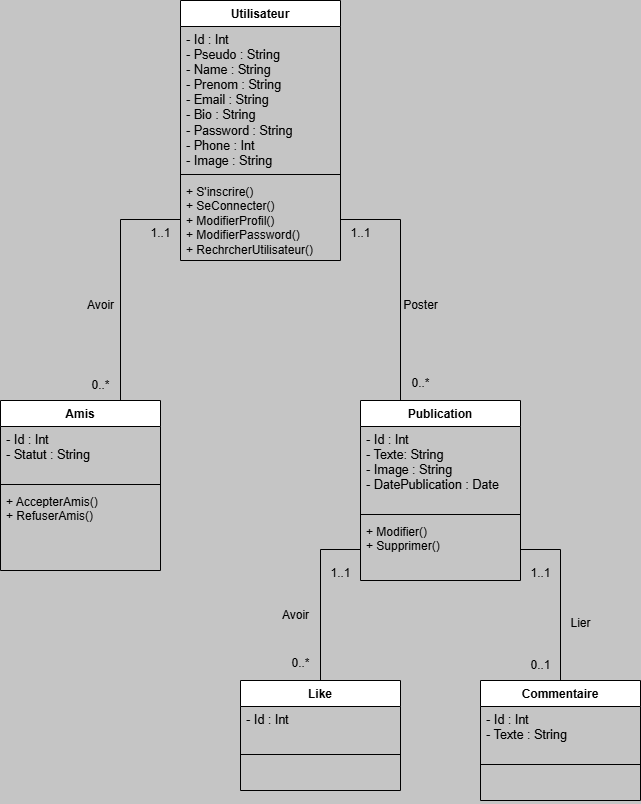
Before: UML/Diagramme Vibe.drawio.png, a diagram exported from draw.io (houssamlambara/Plateforme_Vibe). Source tidied: cells renumbered, new cells last; positions are measured from the earlier drawing's top-left corner, leaving out a move shared by most shapes.
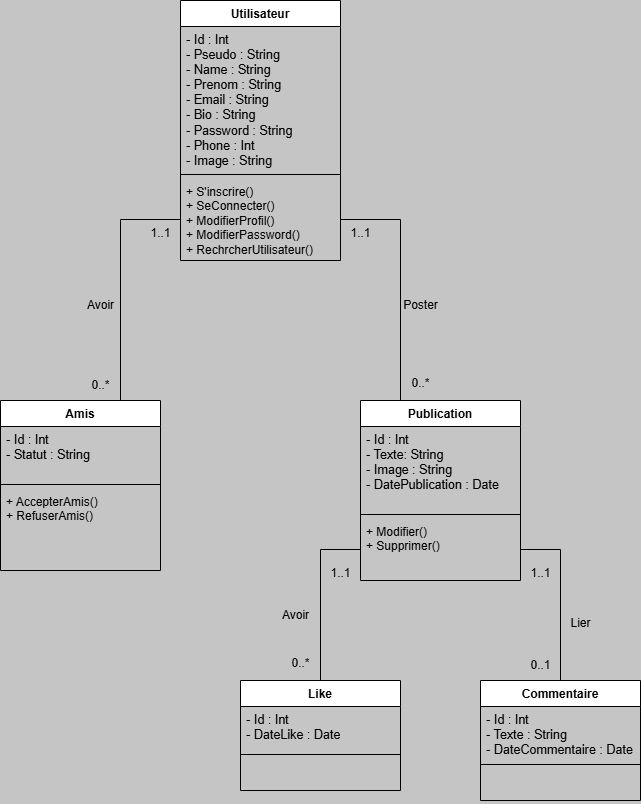
The same diagram one commit later.

The edit, as a diff of the source:
```diff
@@ -65,7 +65,7 @@
     <mxCell id="22" value="Commentaire" style="swimlane;fontStyle=1;align=center;verticalAlign=top;horizontal=1;startSize=26;whiteSpace=wrap;html=1;" parent="1" vertex="1">
       <mxGeometry x="480" y="680" width="160" height="120" as="geometry" />
     </mxCell>
-    <mxCell id="23" value="&lt;pre style=&quot;font-family: var(--ds-font-family-code); overflow: auto; padding: calc(var(--ds-md-zoom)*8px)calc(var(--ds-md-zoom)*12px); text-wrap-mode: wrap; word-break: break-all; font-size: 12.573px; margin-top: 0px !important; margin-bottom: 0px !important;&quot;&gt;&lt;font style=&quot;color: rgb(0, 0, 0);&quot;&gt;- Id : Int  &lt;/font&gt;&lt;/pre&gt;&lt;pre style=&quot;font-family: var(--ds-font-family-code); overflow: auto; padding: calc(var(--ds-md-zoom)*8px)calc(var(--ds-md-zoom)*12px); text-wrap-mode: wrap; word-break: break-all; font-size: 12.573px; margin-top: 0px !important; margin-bottom: 0px !important;&quot;&gt;&lt;font style=&quot;color: rgb(0, 0, 0);&quot;&gt;- Texte : String&lt;/font&gt;&lt;/pre&gt;&lt;pre style=&quot;font-family: var(--ds-font-family-code); overflow: auto; padding: calc(var(--ds-md-zoom)*8px)calc(var(--ds-md-zoom)*12px); text-wrap-mode: wrap; word-break: break-all; font-size: 12.573px; margin-top: 0px !important; margin-bottom: 0px !important;&quot;&gt;&lt;br&gt;&lt;/pre&gt;" style="text;strokeColor=none;fillColor=none;align=left;verticalAlign=top;spacingLeft=4;spacingRight=4;overflow=hidden;whiteSpace=wrap;html=1;" parent="22" vertex="1">
+    <mxCell id="23" value="&lt;pre style=&quot;font-family: var(--ds-font-family-code); overflow: auto; padding: calc(var(--ds-md-zoom)*8px)calc(var(--ds-md-zoom)*12px); text-wrap-mode: wrap; word-break: break-all; font-size: 12.573px; margin-top: 0px !important; margin-bottom: 0px !important;&quot;&gt;&lt;font style=&quot;color: rgb(0, 0, 0);&quot;&gt;- Id : Int  &lt;/font&gt;&lt;/pre&gt;&lt;pre style=&quot;font-family: var(--ds-font-family-code); overflow: auto; padding: calc(var(--ds-md-zoom)*8px)calc(var(--ds-md-zoom)*12px); text-wrap-mode: wrap; word-break: break-all; font-size: 12.573px; margin-top: 0px !important; margin-bottom: 0px !important;&quot;&gt;&lt;font style=&quot;color: rgb(0, 0, 0);&quot;&gt;- Texte : String&lt;/font&gt;&lt;/pre&gt;&lt;pre style=&quot;font-family: var(--ds-font-family-code); overflow: auto; padding: calc(var(--ds-md-zoom)*8px)calc(var(--ds-md-zoom)*12px); text-wrap-mode: wrap; word-break: break-all; font-size: 12.573px; margin-top: 0px !important; margin-bottom: 0px !important;&quot;&gt;- DateCommentaire : Date&lt;/pre&gt;&lt;pre style=&quot;font-family: var(--ds-font-family-code); overflow: auto; padding: calc(var(--ds-md-zoom)*8px)calc(var(--ds-md-zoom)*12px); text-wrap-mode: wrap; word-break: break-all; font-size: 12.573px; margin-top: 0px !important; margin-bottom: 0px !important;&quot;&gt;&lt;br&gt;&lt;/pre&gt;" style="text;strokeColor=none;fillColor=none;align=left;verticalAlign=top;spacingLeft=4;spacingRight=4;overflow=hidden;whiteSpace=wrap;html=1;" parent="22" vertex="1">
       <mxGeometry y="26" width="160" height="54" as="geometry" />
     </mxCell>
     <mxCell id="24" style="line;strokeWidth=1;fillColor=none;align=left;verticalAlign=middle;spacingTop=-1;spacingLeft=3;spacingRight=3;labelPosition=right;strokeColor=inherit;" parent="22" vertex="1">
@@ -77,7 +77,7 @@
     <mxCell id="26" value="Like" style="swimlane;fontStyle=1;align=center;verticalAlign=top;horizontal=1;startSize=26;whiteSpace=wrap;html=1;" parent="1" vertex="1">
       <mxGeometry x="240" y="680" width="160" height="110" as="geometry" />
     </mxCell>
-    <mxCell id="27" value="&lt;pre style=&quot;font-family: var(--ds-font-family-code); overflow: auto; padding: calc(var(--ds-md-zoom)*8px)calc(var(--ds-md-zoom)*12px); text-wrap-mode: wrap; word-break: break-all; font-size: 12.573px; margin-top: 0px !important; margin-bottom: 0px !important;&quot;&gt;&lt;font style=&quot;color: rgb(0, 0, 0);&quot;&gt;- Id : Int  &lt;/font&gt;&lt;/pre&gt;" style="text;strokeColor=none;fillColor=none;align=left;verticalAlign=top;spacingLeft=4;spacingRight=4;overflow=hidden;whiteSpace=wrap;html=1;" parent="26" vertex="1">
+    <mxCell id="27" value="&lt;pre style=&quot;font-family: var(--ds-font-family-code); overflow: auto; padding: calc(var(--ds-md-zoom)*8px)calc(var(--ds-md-zoom)*12px); text-wrap-mode: wrap; word-break: break-all; font-size: 12.573px; margin-top: 0px !important; margin-bottom: 0px !important;&quot;&gt;&lt;font style=&quot;color: rgb(0, 0, 0);&quot;&gt;- Id : Int  &lt;/font&gt;&lt;/pre&gt;&lt;pre style=&quot;font-family: var(--ds-font-family-code); overflow: auto; padding: calc(var(--ds-md-zoom)*8px)calc(var(--ds-md-zoom)*12px); text-wrap-mode: wrap; word-break: break-all; font-size: 12.573px; margin-top: 0px !important; margin-bottom: 0px !important;&quot;&gt;- DateLike : Date&lt;/pre&gt;" style="text;strokeColor=none;fillColor=none;align=left;verticalAlign=top;spacingLeft=4;spacingRight=4;overflow=hidden;whiteSpace=wrap;html=1;" parent="26" vertex="1">
       <mxGeometry y="26" width="160" height="44" as="geometry" />
     </mxCell>
     <mxCell id="28" style="line;strokeWidth=1;fillColor=none;align=left;verticalAlign=middle;spacingTop=-1;spacingLeft=3;spacingRight=3;labelPosition=right;strokeColor=inherit;" parent="26" vertex="1">
```
